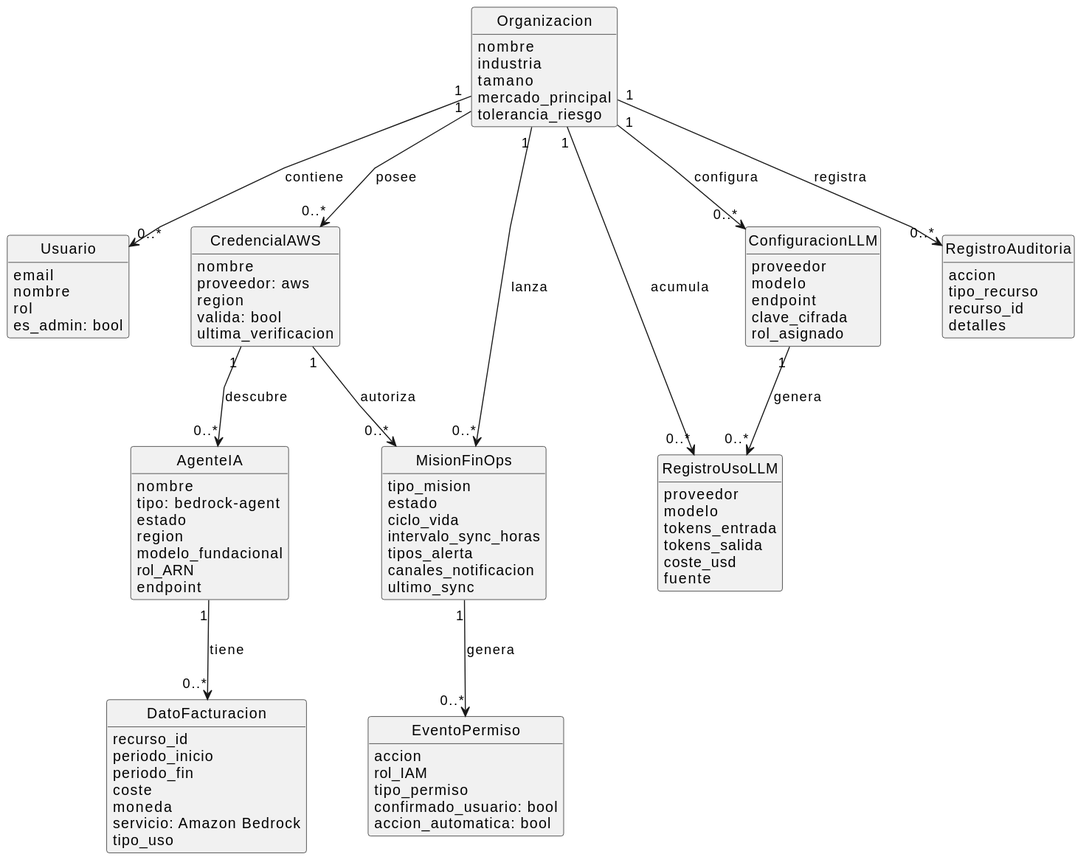
Earlier version of the PlantUML export Capítulos/Capítulo 2/MdD/DiagramaClases/MdD.svg (JoseSalceda/TFG).
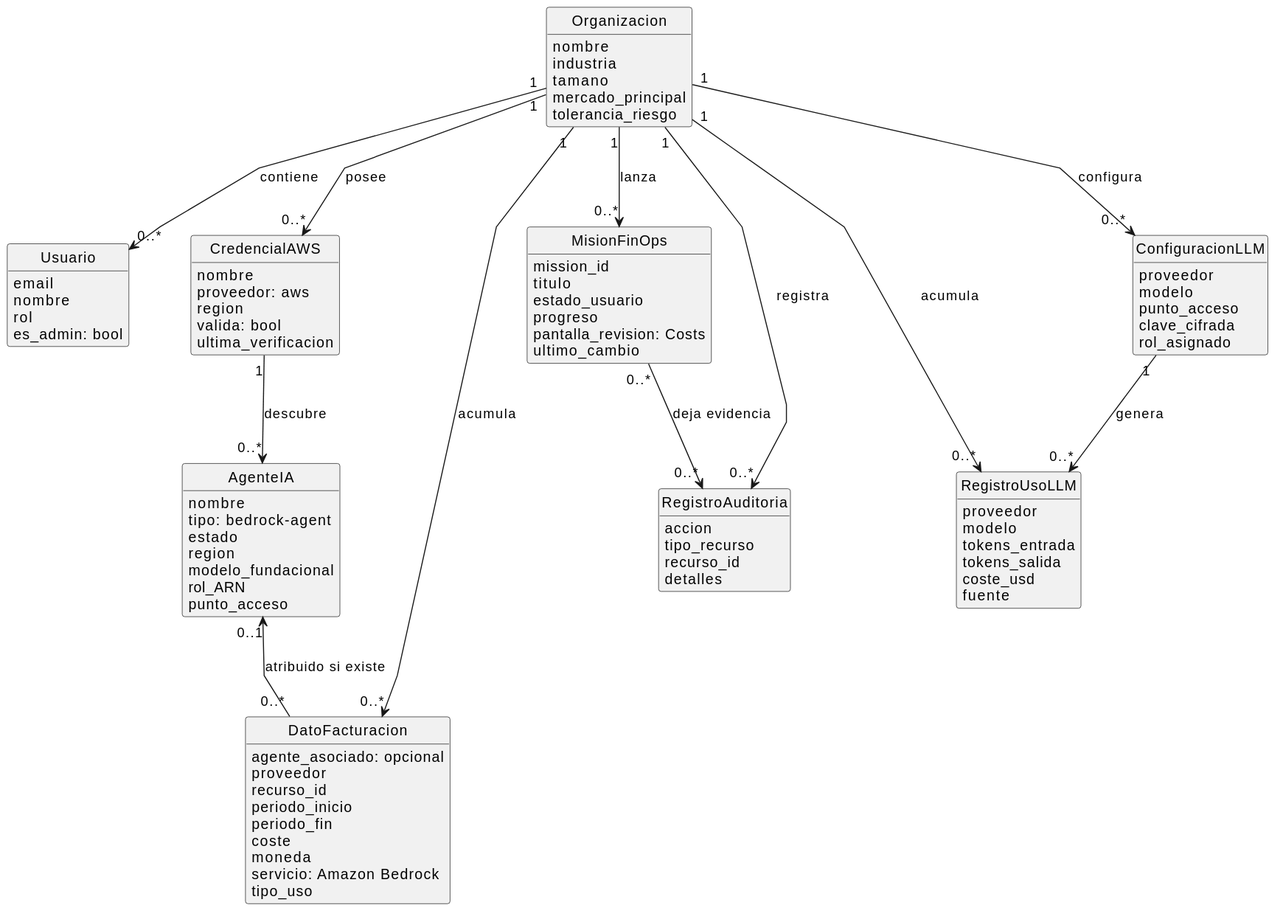
After the change.

Diff of the diagram source:
```diff
@@ -36,28 +36,21 @@
   region
   modelo_fundacional
   rol_ARN
-  endpoint
+  punto_acceso
 }
 
 class MisionFinOps {
-  tipo_mision
-  estado
-  ciclo_vida
-  intervalo_sync_horas
-  tipos_alerta
-  canales_notificacion
-  ultimo_sync
-}
-
-class EventoPermiso {
-  accion
-  rol_IAM
-  tipo_permiso
-  confirmado_usuario: bool
-  accion_automatica: bool
+  mission_id
+  titulo
+  estado_usuario
+  progreso
+  pantalla_revision: Costs
+  ultimo_cambio
 }
 
 class DatoFacturacion {
+  agente_asociado: opcional
+  proveedor
   recurso_id
   periodo_inicio
   periodo_fin
@@ -79,7 +72,7 @@
 class ConfiguracionLLM {
   proveedor
   modelo
-  endpoint
+  punto_acceso
   clave_cifrada
   rol_asignado
 }
@@ -96,14 +89,13 @@
 Organizacion "1" --> "0..*" MisionFinOps : lanza
 Organizacion "1" --> "0..*" ConfiguracionLLM : configura
 Organizacion "1" --> "0..*" RegistroUsoLLM : acumula
+Organizacion "1" --> "0..*" DatoFacturacion : acumula
 Organizacion "1" --> "0..*" RegistroAuditoria : registra
 
 CredencialAWS "1" --> "0..*" AgenteIA : descubre
-CredencialAWS "1" --> "0..*" MisionFinOps : autoriza
+MisionFinOps "0..*" --> "0..*" RegistroAuditoria : deja evidencia
 
-MisionFinOps "1" --> "0..*" EventoPermiso : genera
-
-AgenteIA "1" --> "0..*" DatoFacturacion : tiene
+AgenteIA "0..1" <-- "0..*" DatoFacturacion : atribuido si existe
 
 ConfiguracionLLM "1" --> "0..*" RegistroUsoLLM : genera
 @enduml
```
